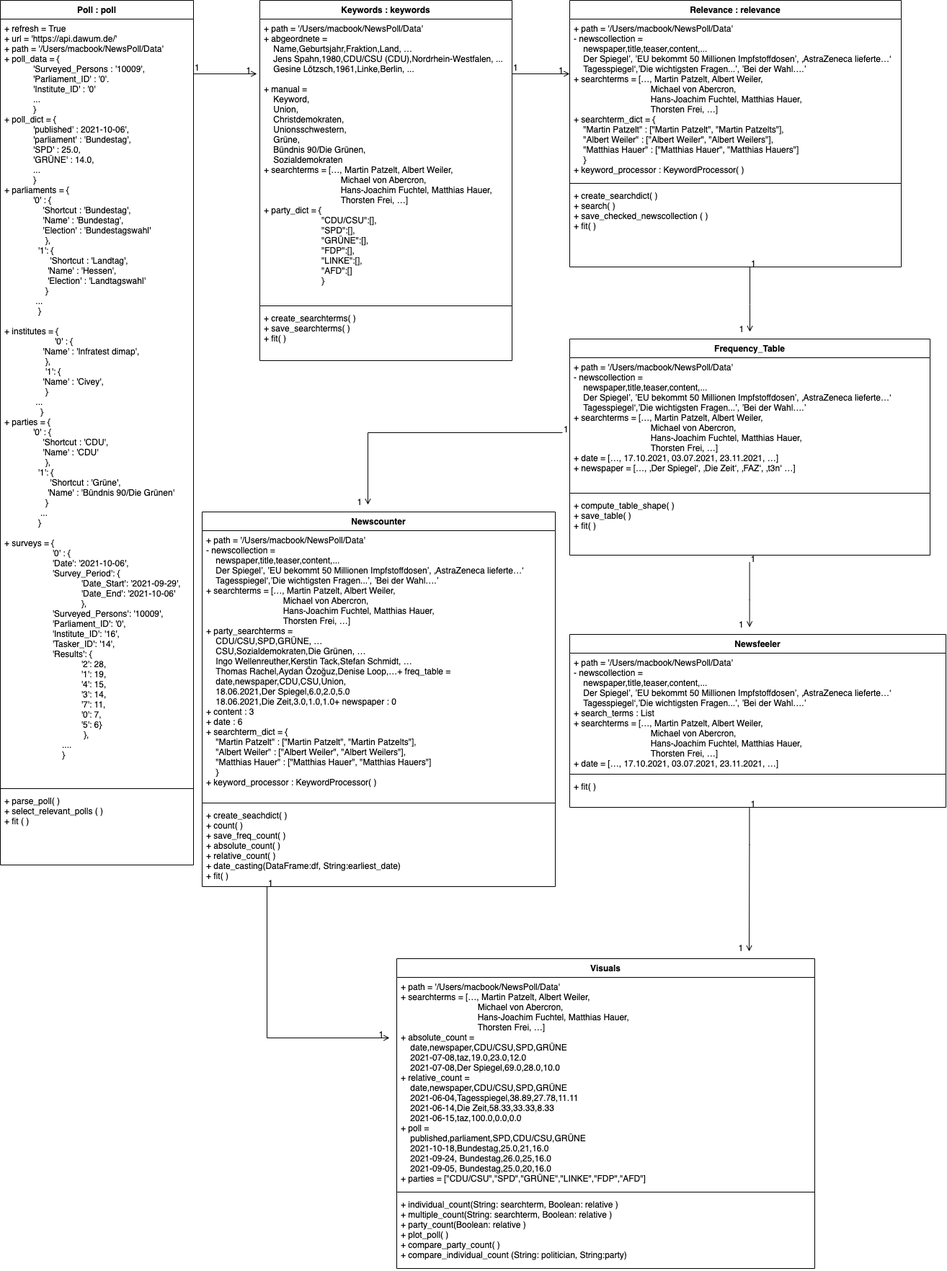
Before: UML/Object_Diagram.png, a diagram exported from draw.io (SamiNenno/NewsPoll). Source tidied: cells renumbered, new cells last; positions are measured from the earlier drawing's top-left corner, leaving out a move shared by most shapes.
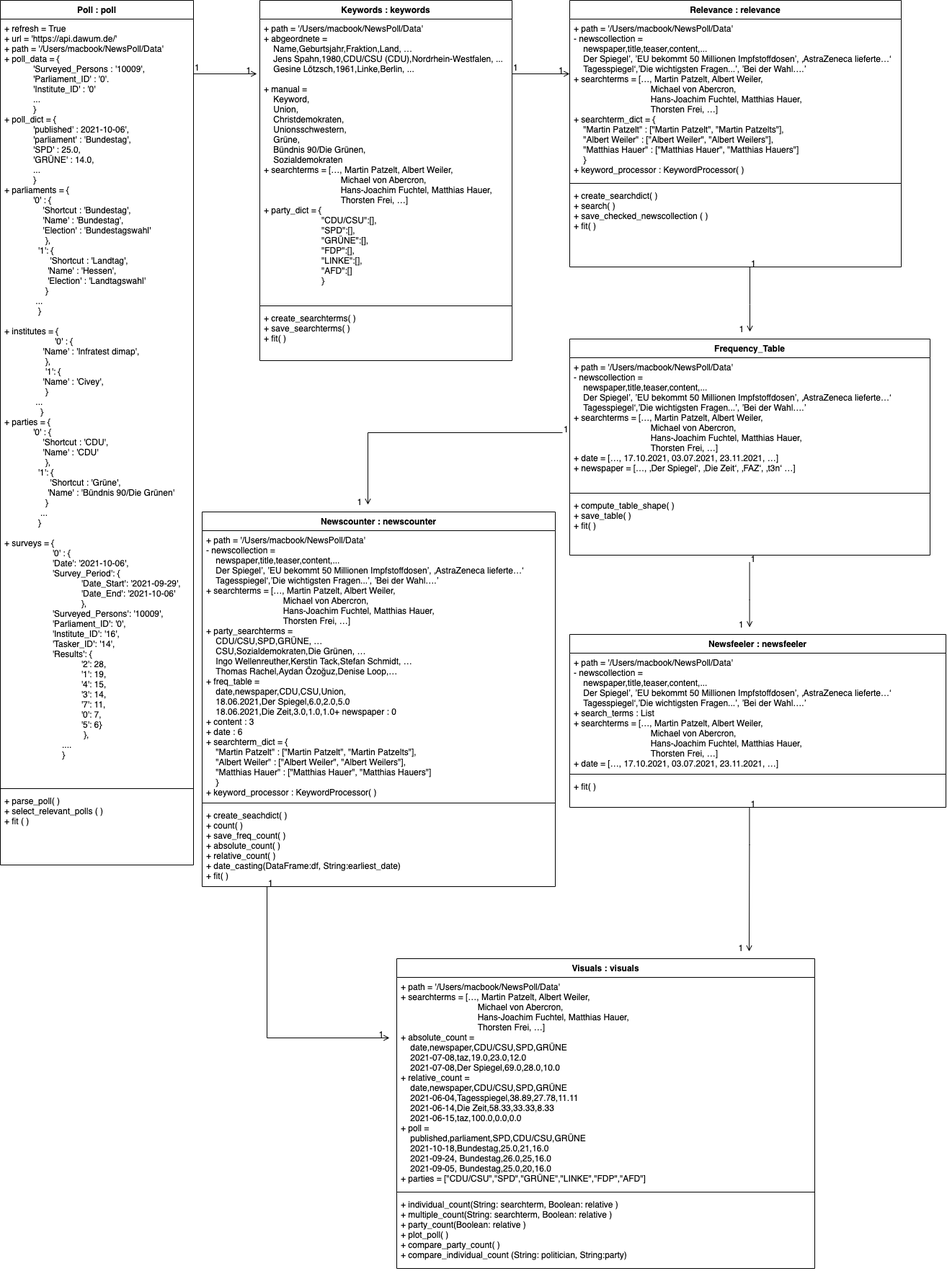
The same file after the commit.

Commit message:
Added Use-Case Diagrams

Change to the diagram source:
```diff
@@ -58,10 +58,10 @@
         <mxPoint x="-5" y="6" as="offset" />
       </mxGeometry>
     </mxCell>
-    <mxCell id="20" value="Newscounter" style="swimlane;fontStyle=1;align=center;verticalAlign=top;horizontal=1;startSize=26;rounded=0;shadow=0;strokeWidth=1;" parent="1" vertex="1">
+    <mxCell id="20" value="Newscounter : newscounter" style="swimlane;fontStyle=1;align=center;verticalAlign=top;horizontal=1;startSize=26;rounded=0;shadow=0;strokeWidth=1;" parent="1" vertex="1">
       <mxGeometry x="280" y="710" width="490" height="520" as="geometry" />
     </mxCell>
-    <mxCell id="21" value="+ path = '/Users/macbook/NewsPoll/Data'&#10;- newscollection = &#10;    newspaper,title,teaser,content,...&#10;    Der Spiegel’, ’EU bekommt 50 Millionen Impfstoffdosen’, ‚AstraZeneca lieferte…‘&#10;    Tagesspiegel‘,’Die wichtigsten Fragen...’, ’Bei der Wahl….’&#10;+ searchterms = […, Martin Patzelt, Albert Weiler,&#10;                                Michael von Abercron,&#10;                                Hans-Joachim Fuchtel, Matthias Hauer,&#10;                                Thorsten Frei, …]&#10;+ party_searchterms =&#10;    CDU/CSU,SPD,GRÜNE, …&#10;    CSU,Sozialdemokraten,Die Grünen, …&#10;    Ingo Wellenreuther,Kerstin Tack,Stefan Schmidt, …&#10;    Thomas Rachel,Aydan Özoğuz,Denise Loop,…+ freq_table =&#10;    date,newspaper,CDU,CSU,Union,&#10;    18.06.2021,Der Spiegel,6.0,2.0,5.0&#10;    18.06.2021,Die Zeit,3.0,1.0,1.0+ newspaper : 0&#10;+ content : 3&#10;+ date : 6&#10;+ searchterm_dict = {&#10;    &quot;Martin Patzelt&quot; : [&quot;Martin Patzelt&quot;, &quot;Martin Patzelts&quot;],&#10;    &quot;Albert Weiler&quot; : [&quot;Albert Weiler&quot;, &quot;Albert Weilers&quot;],&#10;    &quot;Matthias Hauer&quot; : [&quot;Matthias Hauer&quot;, &quot;Matthias Hauers&quot;]&#10;    }&#10;+ keyword_processor : KeywordProcessor( )&#10;" style="text;align=left;verticalAlign=top;spacingLeft=4;spacingRight=4;overflow=hidden;" parent="20" vertex="1">
+    <mxCell id="21" value="+ path = '/Users/macbook/NewsPoll/Data'&#10;- newscollection = &#10;    newspaper,title,teaser,content,...&#10;    Der Spiegel’, ’EU bekommt 50 Millionen Impfstoffdosen’, ‚AstraZeneca lieferte…‘&#10;    Tagesspiegel‘,’Die wichtigsten Fragen...’, ’Bei der Wahl….’&#10;+ searchterms = […, Martin Patzelt, Albert Weiler,&#10;                                Michael von Abercron,&#10;                                Hans-Joachim Fuchtel, Matthias Hauer,&#10;                                Thorsten Frei, …]&#10;+ party_searchterms =&#10;    CDU/CSU,SPD,GRÜNE, …&#10;    CSU,Sozialdemokraten,Die Grünen, …&#10;    Ingo Wellenreuther,Kerstin Tack,Stefan Schmidt, …&#10;    Thomas Rachel,Aydan Özoğuz,Denise Loop,…&#10;+ freq_table =&#10;    date,newspaper,CDU,CSU,Union,&#10;    18.06.2021,Der Spiegel,6.0,2.0,5.0&#10;    18.06.2021,Die Zeit,3.0,1.0,1.0+ newspaper : 0&#10;+ content : 3&#10;+ date : 6&#10;+ searchterm_dict = {&#10;    &quot;Martin Patzelt&quot; : [&quot;Martin Patzelt&quot;, &quot;Martin Patzelts&quot;],&#10;    &quot;Albert Weiler&quot; : [&quot;Albert Weiler&quot;, &quot;Albert Weilers&quot;],&#10;    &quot;Matthias Hauer&quot; : [&quot;Matthias Hauer&quot;, &quot;Matthias Hauers&quot;]&#10;    }&#10;+ keyword_processor : KeywordProcessor( )&#10;" style="text;align=left;verticalAlign=top;spacingLeft=4;spacingRight=4;overflow=hidden;" parent="20" vertex="1">
       <mxGeometry y="26" width="490" height="374" as="geometry" />
     </mxCell>
     <mxCell id="22" style="line;html=1;strokeWidth=1;align=left;verticalAlign=middle;spacingTop=-1;spacingLeft=3;spacingRight=3;labelPosition=right;" parent="20" vertex="1">
@@ -70,7 +70,7 @@
     <mxCell id="23" value="+ create_seachdict( )&#10;+ count( )&#10;+ save_freq_count( )&#10;+ absolute_count( )&#10;+ relative_count( )&#10;+ date_casting(DataFrame:df, String:earliest_date) &#10;+ fit( )" style="text;align=left;verticalAlign=top;spacingLeft=4;spacingRight=4;overflow=hidden;" parent="20" vertex="1">
       <mxGeometry y="408" width="490" height="112" as="geometry" />
     </mxCell>
-    <mxCell id="24" value="Newsfeeler" style="swimlane;fontStyle=1;align=center;verticalAlign=top;horizontal=1;startSize=26;rounded=0;shadow=0;strokeWidth=1;" parent="1" vertex="1">
+    <mxCell id="24" value="Newsfeeler : newsfeeler" style="swimlane;fontStyle=1;align=center;verticalAlign=top;horizontal=1;startSize=26;rounded=0;shadow=0;strokeWidth=1;" parent="1" vertex="1">
       <mxGeometry x="790" y="880" width="522" height="240" as="geometry" />
     </mxCell>
     <mxCell id="25" value="+ path = '/Users/macbook/NewsPoll/Data'&#10;- newscollection = &#10;    newspaper,title,teaser,content,...&#10;    Der Spiegel’, ’EU bekommt 50 Millionen Impfstoffdosen’, ‚AstraZeneca lieferte…‘&#10;    Tagesspiegel‘,’Die wichtigsten Fragen...’, ’Bei der Wahl….’&#10;+ search_terms : List&#10;+ searchterms = […, Martin Patzelt, Albert Weiler,&#10;                                Michael von Abercron,&#10;                                Hans-Joachim Fuchtel, Matthias Hauer,&#10;                                Thorsten Frei, …]&#10;+ date = […, 17.10.2021, 03.07.2021, 23.11.2021, …]&#10;" style="text;align=left;verticalAlign=top;spacingLeft=4;spacingRight=4;overflow=hidden;" parent="24" vertex="1">
@@ -82,7 +82,7 @@
     <mxCell id="27" value="+ fit( )" style="text;align=left;verticalAlign=top;spacingLeft=4;spacingRight=4;overflow=hidden;" parent="24" vertex="1">
       <mxGeometry y="198" width="522" height="42" as="geometry" />
     </mxCell>
-    <mxCell id="28" value="Visuals" style="swimlane;fontStyle=1;align=center;verticalAlign=top;horizontal=1;startSize=26;rounded=0;shadow=0;strokeWidth=1;" parent="1" vertex="1">
+    <mxCell id="28" value="Visuals : visuals" style="swimlane;fontStyle=1;align=center;verticalAlign=top;horizontal=1;startSize=26;rounded=0;shadow=0;strokeWidth=1;" parent="1" vertex="1">
       <mxGeometry x="550" y="1330" width="580" height="430" as="geometry" />
     </mxCell>
     <mxCell id="29" value="+ path = '/Users/macbook/NewsPoll/Data'&#10;+ searchterms = […, Martin Patzelt, Albert Weiler,&#10;                                Michael von Abercron,&#10;                                Hans-Joachim Fuchtel, Matthias Hauer,&#10;                                Thorsten Frei, …]&#10;+ absolute_count =&#10;    date,newspaper,CDU/CSU,SPD,GRÜNE&#10;    2021-07-08,taz,19.0,23.0,12.0&#10;    2021-07-08,Der Spiegel,69.0,28.0,10.0&#10;+ relative_count =&#10;    date,newspaper,CDU/CSU,SPD,GRÜNE&#10;    2021-06-04,Tagesspiegel,38.89,27.78,11.11&#10;    2021-06-14,Die Zeit,58.33,33.33,8.33&#10;    2021-06-15,taz,100.0,0.0,0.0&#10;+ poll =&#10;    published,parliament,SPD,CDU/CSU,GRÜNE&#10;    2021-10-18,Bundestag,25.0,21,16.0&#10;    2021-09-24, Bundestag,26.0,25,16.0&#10;    2021-09-05, Bundestag,25.0,20,16.0&#10;+ parties = [&quot;CDU/CSU&quot;,&quot;SPD&quot;,&quot;GRÜNE&quot;,&quot;LINKE&quot;,&quot;FDP&quot;,&quot;AFD&quot;]" style="text;align=left;verticalAlign=top;spacingLeft=4;spacingRight=4;overflow=hidden;" parent="28" vertex="1">
```
